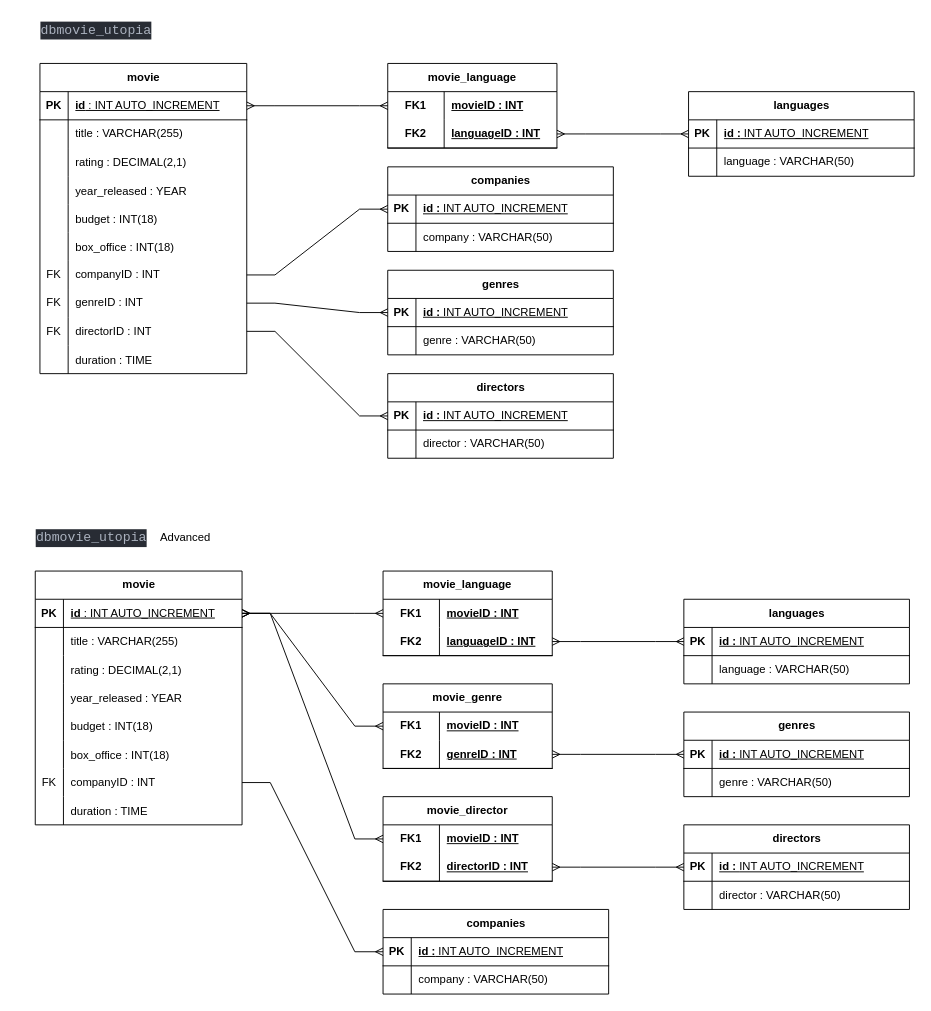
gpuberos/soutien_dwwm keeps this draw.io diagram as 2024/SEM02/SQL/Exercice_02/uml_diagram/dbmovie_utopia_UML-Diagram.drawio. Above is the earlier version. Source tidied: cells renumbered, new cells numbered last; positions are measured from the earlier drawing's top-left corner, leaving out a move shared by most shapes. Both pictures are drawn from the tidied source at 94%, with x=0, y=0 at pixel (16, 16).
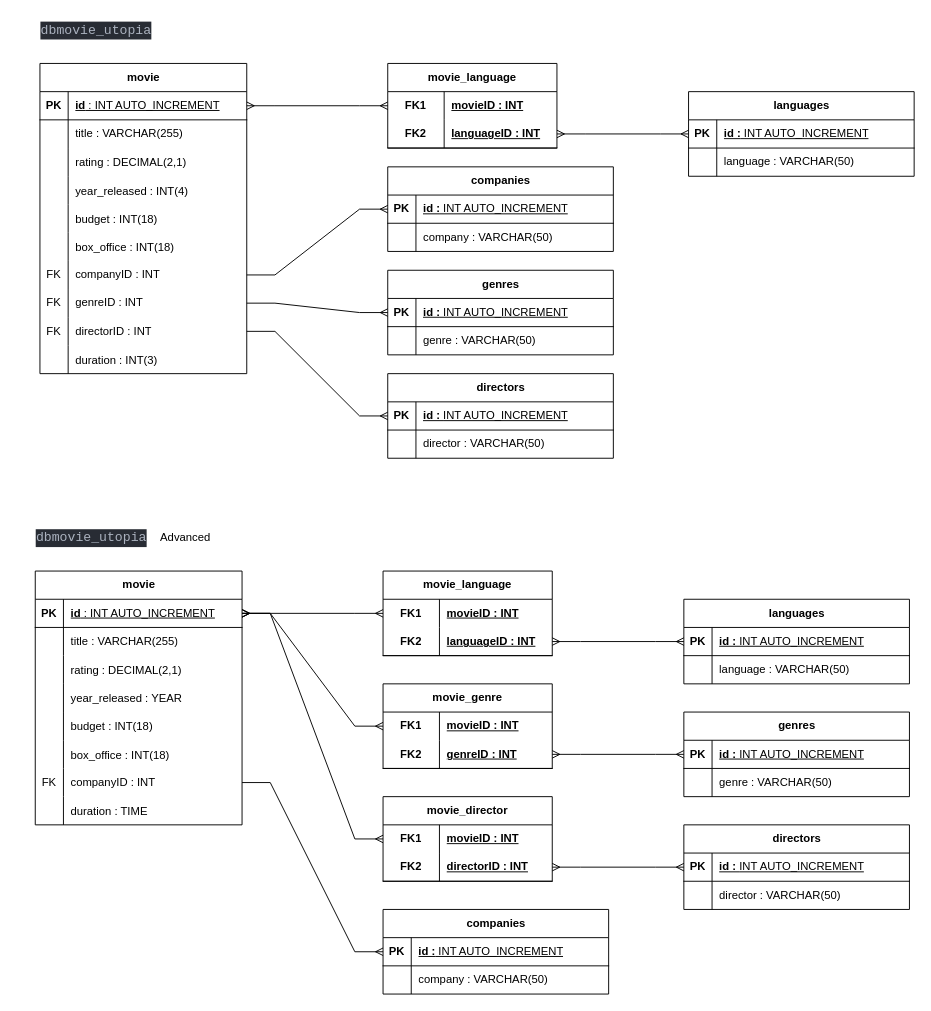
The same diagram, later.

Commit message (it also covers changes not shown here):
fix: UML Diagram version - Duration

The change refers to these unchanged cells:
```xml
<mxCell id="96" style="shape=tableRow;horizontal=0;startSize=0;swimlaneHead=0;swimlaneBody=0;fillColor=none;top=0;left=0;right=0;bottom=0;" parent="86" vertex="1">
  <mxGeometry y="120" width="220" height="30" as="geometry" />
</mxCell>
<mxCell id="114" style="shape=tableRow;horizontal=0;startSize=0;swimlaneHead=0;swimlaneBody=0;fillColor=none;top=0;left=0;right=0;bottom=0;" parent="86" vertex="1">
  <mxGeometry y="300" width="220" height="30" as="geometry" />
</mxCell>
```

The edit, as a diff of the source:
```diff
@@
-    <mxCell id="98" value="year_released : YEAR" style="shape=partialRectangle;fillColor=none;top=0;left=0;bottom=0;right=0;align=left;spacingLeft=6;overflow=hidden;" parent="96" vertex="1">
+    <mxCell id="98" value="year_released : INT(4)" style="shape=partialRectangle;fillColor=none;top=0;left=0;bottom=0;right=0;align=left;spacingLeft=6;overflow=hidden;" parent="96" vertex="1">
       <mxGeometry x="30" width="190" height="30" as="geometry" />
     </mxCell>
@@
-    <mxCell id="116" value="duration : TIME" style="shape=partialRectangle;fillColor=none;top=0;left=0;bottom=0;right=0;align=left;spacingLeft=6;overflow=hidden;" parent="114" vertex="1">
+    <mxCell id="116" value="duration : INT(3)" style="shape=partialRectangle;fillColor=none;top=0;left=0;bottom=0;right=0;align=left;spacingLeft=6;overflow=hidden;" parent="114" vertex="1">
       <mxGeometry x="30" width="190" height="30" as="geometry" />
     </mxCell>
```
